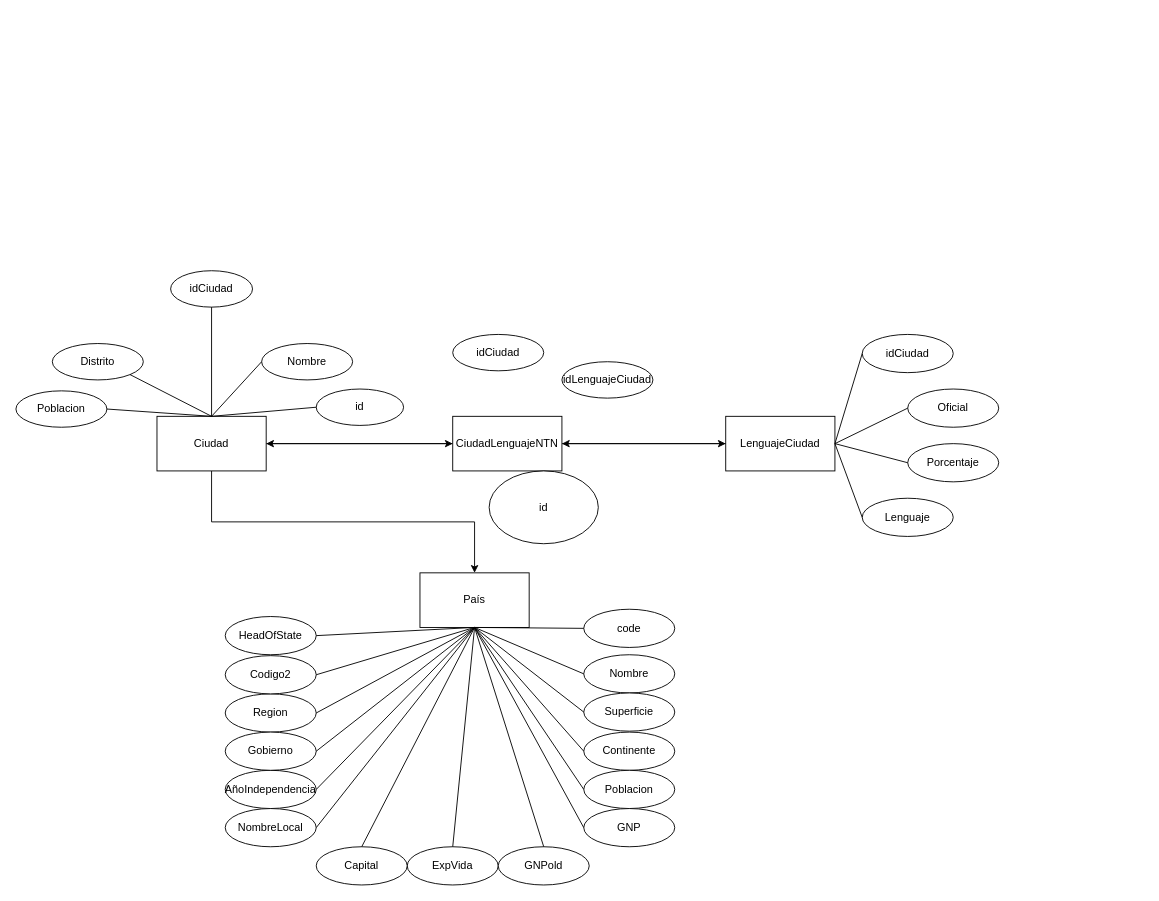
The draw.io diagram Tester.drawio in YumuA/Clases, before the edit. Source tidied: cells renumbered, new cells numbered last; positions are measured from the earlier drawing's top-left corner, leaving out a move shared by most shapes. Both pictures are drawn from the tidied source at 91%, with x=0, y=0 at pixel (15, 270).
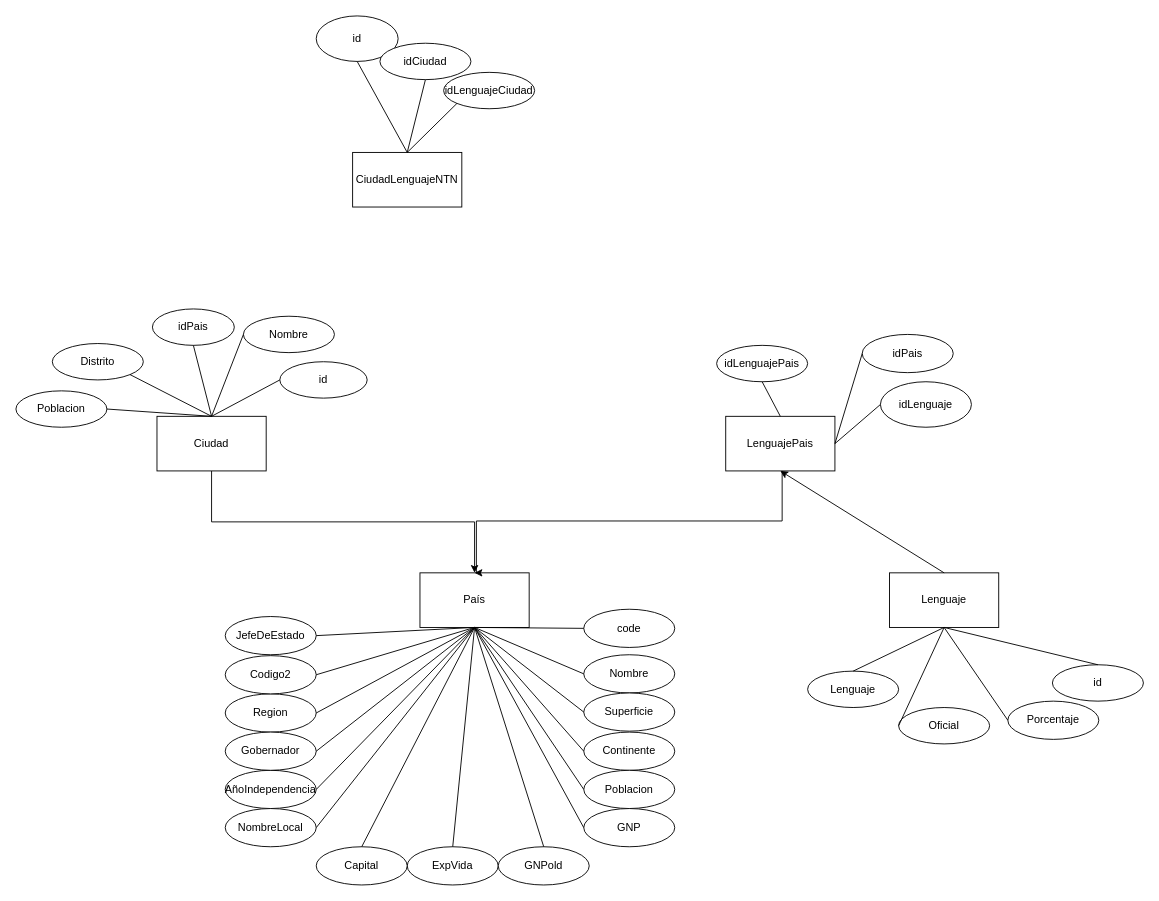
The same page after the edit.

Unchanged cells that the change refers to:
```xml
<mxCell id="2" value="País" style="rounded=0;whiteSpace=wrap;html=1;" parent="1" vertex="1">
  <mxGeometry x="444" y="332" width="120" height="60" as="geometry" />
</mxCell>
<mxCell id="5" value="Ciudad" style="rounded=0;whiteSpace=wrap;html=1;" parent="1" vertex="1">
  <mxGeometry x="155" y="160" width="120" height="60" as="geometry" />
</mxCell>
```

Change to the diagram source:
```diff
@@
-    <mxCell id="4" style="edgeStyle=orthogonalEdgeStyle;rounded=0;jettySize=auto;html=1;exitX=1;exitY=0.5;exitDx=0;exitDy=0;entryX=0;entryY=0.5;entryDx=0;entryDy=0;" parent="1" edge="1" source="5" target="58">
-      <mxGeometry relative="1" as="geometry" />
-    </mxCell>
@@
-    <mxCell id="6" style="edgeStyle=orthogonalEdgeStyle;rounded=0;jettySize=auto;html=1;exitX=0;exitY=0.5;exitDx=0;exitDy=0;entryX=1;entryY=0.5;entryDx=0;entryDy=0;" parent="1" edge="1" source="58" target="5">
-      <mxGeometry relative="1" as="geometry" />
-    </mxCell>
+    <mxCell id="62" style="edgeStyle=orthogonalEdgeStyle;rounded=0;jettySize=auto;html=1;entryX=0.5;entryY=0;entryDx=0;entryDy=0;exitX=0.5;exitY=1;exitDx=0;exitDy=0;" parent="1" edge="1" target="2">
+      <mxGeometry relative="1" as="geometry">
+        <mxPoint x="842" y="215" as="sourcePoint" />
+        <Array as="points">
+          <mxPoint x="842" y="275" />
+          <mxPoint x="506" y="275" />
+          <mxPoint x="506" y="332" />
+        </Array>
+      </mxGeometry>
+    </mxCell>
-    <mxCell id="7" value="LenguajeCiudad" style="rounded=0;whiteSpace=wrap;html=1;" parent="1" vertex="1">
+    <mxCell id="7" value="LenguajePais" style="rounded=0;whiteSpace=wrap;html=1;" parent="1" vertex="1">
       <mxGeometry x="780" y="160" width="120" height="60" as="geometry" />
     </mxCell>
     <mxCell id="8" value="id" style="ellipse;whiteSpace=wrap;html=1;" parent="1" vertex="1">
-      <mxGeometry x="330" y="130" width="96" height="40" as="geometry" />
+      <mxGeometry x="290" y="100" width="96" height="40" as="geometry" />
     </mxCell>
     <mxCell id="9" value="Nombre" style="ellipse;whiteSpace=wrap;html=1;" parent="1" vertex="1">
-      <mxGeometry x="270" y="80" width="100" height="40" as="geometry" />
+      <mxGeometry x="250" y="50" width="100" height="40" as="geometry" />
     </mxCell>
-    <mxCell id="10" value="idCiudad" style="ellipse;whiteSpace=wrap;html=1;" parent="1" vertex="1">
-      <mxGeometry x="170" width="90" height="40" as="geometry" />
+    <mxCell id="10" value="idPais" style="ellipse;whiteSpace=wrap;html=1;" parent="1" vertex="1">
+      <mxGeometry x="150" y="42" width="90" height="40" as="geometry" />
     </mxCell>
@@
-    <mxCell id="24" value="Gobierno" style="ellipse;whiteSpace=wrap;html=1;" parent="1" vertex="1">
+    <mxCell id="24" value="Gobernador" style="ellipse;whiteSpace=wrap;html=1;" parent="1" vertex="1">
       <mxGeometry x="230" y="507" width="100" height="42" as="geometry" />
     </mxCell>
-    <mxCell id="25" value="HeadOfState" style="ellipse;whiteSpace=wrap;html=1;" parent="1" vertex="1">
+    <mxCell id="25" value="JefeDeEstado" style="ellipse;whiteSpace=wrap;html=1;" parent="1" vertex="1">
       <mxGeometry x="230" y="380" width="100" height="42" as="geometry" />
     </mxCell>
@@
-    <mxCell id="48" value="idCiudad" style="ellipse;whiteSpace=wrap;html=1;" parent="1" vertex="1">
+    <mxCell id="48" value="idPais" style="ellipse;whiteSpace=wrap;html=1;" parent="1" vertex="1">
       <mxGeometry x="930" y="70" width="100" height="42" as="geometry" />
     </mxCell>
-    <mxCell id="49" value="Lenguaje" style="ellipse;whiteSpace=wrap;html=1;" parent="1" vertex="1">
-      <mxGeometry x="930" y="250" width="100" height="42" as="geometry" />
-    </mxCell>
-    <mxCell id="50" value="Oficial" style="ellipse;whiteSpace=wrap;html=1;" parent="1" vertex="1">
-      <mxGeometry x="980" y="130" width="100" height="42" as="geometry" />
-    </mxCell>
     <mxCell id="51" value="Porcentaje" style="ellipse;whiteSpace=wrap;html=1;" parent="1" vertex="1">
-      <mxGeometry x="980" y="190" width="100" height="42" as="geometry" />
+      <mxGeometry x="1090" y="473" width="100" height="42" as="geometry" />
     </mxCell>
-    <mxCell id="52" style="endArrow=none;html=1;rounded=0;exitX=0;exitY=0.5;exitDx=0;exitDy=0;entryX=1;entryY=0.5;entryDx=0;entryDy=0;" parent="1" edge="1" source="49" target="7">
-      <mxGeometry relative="1" as="geometry" />
-    </mxCell>
-    <mxCell id="53" style="endArrow=none;html=1;rounded=0;exitX=0;exitY=0.5;exitDx=0;exitDy=0;entryX=1;entryY=0.5;entryDx=0;entryDy=0;" parent="1" edge="1" source="51" target="7">
+    <mxCell id="53" style="endArrow=none;html=1;rounded=0;exitX=0;exitY=0.5;exitDx=0;exitDy=0;entryX=0.5;entryY=1;entryDx=0;entryDy=0;" parent="1" edge="1" source="51" target="66">
       <mxGeometry relative="1" as="geometry" />
     </mxCell>
-    <mxCell id="54" style="endArrow=none;html=1;rounded=0;entryX=0;entryY=0.5;entryDx=0;entryDy=0;exitX=1;exitY=0.5;exitDx=0;exitDy=0;" parent="1" edge="1" source="7" target="50">
-      <mxGeometry relative="1" as="geometry" />
-    </mxCell>
@@
-    <mxCell id="56" style="edgeStyle=orthogonalEdgeStyle;rounded=0;jettySize=auto;html=1;exitX=0;exitY=0.5;exitDx=0;exitDy=0;entryX=1;entryY=0.5;entryDx=0;entryDy=0;" parent="1" edge="1" source="7" target="58">
-      <mxGeometry relative="1" as="geometry" />
-    </mxCell>
-    <mxCell id="57" style="edgeStyle=orthogonalEdgeStyle;rounded=0;jettySize=auto;html=1;exitX=1;exitY=0.5;exitDx=0;exitDy=0;entryX=0;entryY=0.5;entryDx=0;entryDy=0;" parent="1" edge="1" source="58" target="7">
-      <mxGeometry relative="1" as="geometry" />
-    </mxCell>
     <mxCell id="58" value="CiudadLenguajeNTN" style="rounded=0;whiteSpace=wrap;html=1;" parent="1" vertex="1">
-      <mxGeometry x="480" y="160" width="120" height="60" as="geometry" />
+      <mxGeometry x="370" y="-130" width="120" height="60" as="geometry" />
     </mxCell>
     <mxCell id="59" value="id" style="ellipse;whiteSpace=wrap;html=1;" parent="1" vertex="1">
-      <mxGeometry x="520" y="220" width="120" height="80" as="geometry" />
+      <mxGeometry x="330" y="-280" width="90" height="50" as="geometry" />
     </mxCell>
     <mxCell id="60" value="idCiudad" style="ellipse;whiteSpace=wrap;html=1;" parent="1" vertex="1">
-      <mxGeometry x="480" y="70" width="100" height="40" as="geometry" />
+      <mxGeometry x="400" y="-250" width="100" height="40" as="geometry" />
     </mxCell>
     <mxCell id="61" value="idLenguajeCiudad" style="ellipse;whiteSpace=wrap;html=1;" parent="1" vertex="1">
-      <mxGeometry x="600" y="100" width="100" height="40" as="geometry" />
+      <mxGeometry x="470" y="-218" width="100" height="40" as="geometry" />
     </mxCell>
+    <mxCell id="63" style="endArrow=none;html=1;rounded=0;exitX=0.5;exitY=0;exitDx=0;exitDy=0;entryX=0.5;entryY=1;entryDx=0;entryDy=0;" parent="1" edge="1" source="58" target="59">
+      <mxGeometry relative="1" as="geometry" />
+    </mxCell>
+    <mxCell id="64" style="endArrow=none;html=1;rounded=0;entryX=0.5;entryY=1;entryDx=0;entryDy=0;exitX=0.5;exitY=0;exitDx=0;exitDy=0;" parent="1" edge="1" source="58" target="60">
+      <mxGeometry relative="1" as="geometry" />
+    </mxCell>
+    <mxCell id="65" style="endArrow=none;html=1;rounded=0;exitX=0.5;exitY=0;exitDx=0;exitDy=0;entryX=0;entryY=1;entryDx=0;entryDy=0;" parent="1" edge="1" source="58" target="61">
+      <mxGeometry relative="1" as="geometry" />
+    </mxCell>
+    <mxCell id="66" value="Lenguaje" style="rounded=0;whiteSpace=wrap;html=1;" parent="1" vertex="1">
+      <mxGeometry x="960" y="332" width="120" height="60" as="geometry" />
+    </mxCell>
+    <mxCell id="67" value="id" style="ellipse;whiteSpace=wrap;html=1;" parent="1" vertex="1">
+      <mxGeometry x="1139" y="433" width="100" height="40" as="geometry" />
+    </mxCell>
+    <mxCell id="50" value="Oficial" style="ellipse;whiteSpace=wrap;html=1;" parent="1" vertex="1">
+      <mxGeometry x="970" y="480" width="100" height="40" as="geometry" />
+    </mxCell>
+    <mxCell id="49" value="Lenguaje" style="ellipse;whiteSpace=wrap;html=1;" parent="1" vertex="1">
+      <mxGeometry x="870" y="440" width="100" height="40" as="geometry" />
+    </mxCell>
+    <mxCell id="68" style="endArrow=none;html=1;rounded=0;exitX=0.5;exitY=0;exitDx=0;exitDy=0;entryX=0.5;entryY=1;entryDx=0;entryDy=0;" parent="1" edge="1" source="49" target="66">
+      <mxGeometry relative="1" as="geometry" />
+    </mxCell>
+    <mxCell id="69" style="endArrow=none;html=1;rounded=0;exitX=0;exitY=0.5;exitDx=0;exitDy=0;entryX=0.5;entryY=1;entryDx=0;entryDy=0;" parent="1" edge="1" source="50" target="66">
+      <mxGeometry relative="1" as="geometry" />
+    </mxCell>
+    <mxCell id="70" style="endArrow=none;html=1;rounded=0;exitX=0.5;exitY=0;exitDx=0;exitDy=0;entryX=0.5;entryY=1;entryDx=0;entryDy=0;" parent="1" edge="1" source="67" target="66">
+      <mxGeometry relative="1" as="geometry" />
+    </mxCell>
+    <mxCell id="71" value="idLenguaje" style="ellipse;whiteSpace=wrap;html=1;" parent="1" vertex="1">
+      <mxGeometry x="950" y="122" width="100" height="50" as="geometry" />
+    </mxCell>
+    <mxCell id="72" style="endArrow=none;html=1;rounded=0;exitX=1;exitY=0.5;exitDx=0;exitDy=0;entryX=0;entryY=0.5;entryDx=0;entryDy=0;" parent="1" edge="1" source="7" target="71">
+      <mxGeometry relative="1" as="geometry" />
+    </mxCell>
+    <mxCell id="73" style="endArrow=classic;html=1;rounded=0;entryX=0.5;entryY=1;entryDx=0;entryDy=0;exitX=0.5;exitY=0;exitDx=0;exitDy=0;" parent="1" edge="1" source="66" target="7">
+      <mxGeometry relative="1" as="geometry" />
+    </mxCell>
+    <mxCell id="74" value="idLenguajePais" style="ellipse;whiteSpace=wrap;html=1;" parent="1" vertex="1">
+      <mxGeometry x="770" y="82" width="100" height="40" as="geometry" />
+    </mxCell>
+    <mxCell id="75" style="endArrow=none;html=1;rounded=0;entryX=0.5;entryY=1;entryDx=0;entryDy=0;exitX=0.5;exitY=0;exitDx=0;exitDy=0;" parent="1" edge="1" source="7" target="74">
+      <mxGeometry relative="1" as="geometry" />
+    </mxCell>
```
